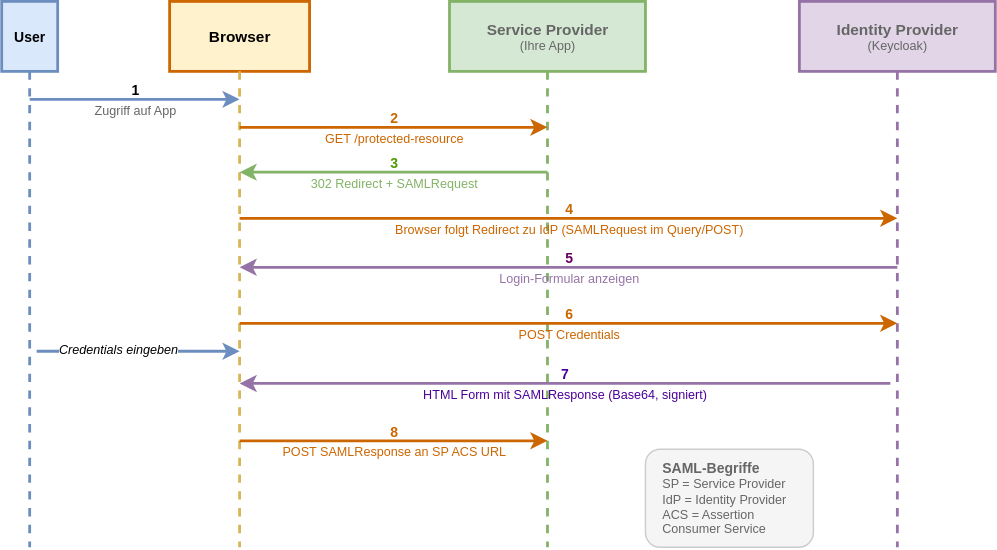
it-erben/training-keycloak keeps this draw.io diagram as slides/02-protokoll-standards/images/saml_flow.drawio.svg. Above is the earlier version. Source tidied: cells renumbered, new cells last; positions are measured from the earlier drawing's top-left corner, leaving out a move shared by most shapes. Its diagram source:
```xml
<mxGraphModel>
  <root>
    <mxCell id="0" />
    <mxCell id="1" parent="0" />
    <mxCell id="2" value="&lt;font style=&quot;font-size:10px&quot;&gt;&lt;b&gt;User&lt;/b&gt;&lt;/font&gt;" style="shape=mxgraph.basic.person;whiteSpace=wrap;html=1;fillColor=#dae8fc;strokeColor=#6c8ebf;strokeWidth=2;" parent="1" vertex="1">
      <mxGeometry width="40" height="50" as="geometry" />
    </mxCell>
    <mxCell id="3" style="html=1;strokeColor=#6c8ebf;strokeWidth=2;endArrow=none;dashed=1;rounded=0;exitX=0.5;exitY=1;exitDx=0;exitDy=0;" parent="1" edge="1" source="2">
      <mxGeometry relative="1" as="geometry">
        <mxPoint x="20" y="390" as="targetPoint" />
      </mxGeometry>
    </mxCell>
    <mxCell id="4" value="&lt;font style=&quot;font-size:11px&quot;&gt;&lt;b&gt;Browser&lt;/b&gt;&lt;/font&gt;" style="rounded=0;whiteSpace=wrap;html=1;fillColor=#fff2cc;strokeColor=#CC6600;strokeWidth=2;align=center;verticalAlign=middle;fontSize=11;" parent="1" vertex="1">
      <mxGeometry x="120" width="100" height="50" as="geometry" />
    </mxCell>
    <mxCell id="5" style="html=1;strokeColor=#d6b656;strokeWidth=2;endArrow=none;dashed=1;rounded=0;exitX=0.5;exitY=1;exitDx=0;exitDy=0;" parent="1" edge="1" source="4">
      <mxGeometry relative="1" as="geometry">
        <mxPoint x="170" y="390" as="targetPoint" />
      </mxGeometry>
    </mxCell>
    <mxCell id="6" value="&lt;font style=&quot;font-size:11px&quot;&gt;&lt;b&gt;Service Provider&lt;/b&gt;&lt;/font&gt;&lt;br&gt;&lt;font style=&quot;font-size:9px&quot; color=&quot;#666666&quot;&gt;(Ihre App)&lt;/font&gt;" style="rounded=0;whiteSpace=wrap;html=1;fillColor=#d5e8d4;strokeColor=#82b366;strokeWidth=2;align=center;verticalAlign=middle;fontSize=9;fontColor=#666666;" parent="1" vertex="1">
      <mxGeometry x="320" width="140" height="50" as="geometry" />
    </mxCell>
    <mxCell id="7" style="html=1;strokeColor=#82b366;strokeWidth=2;endArrow=none;dashed=1;rounded=0;exitX=0.5;exitY=1;exitDx=0;exitDy=0;" parent="1" edge="1" source="6">
      <mxGeometry relative="1" as="geometry">
        <mxPoint x="390" y="390" as="targetPoint" />
      </mxGeometry>
    </mxCell>
    <mxCell id="8" value="&lt;font style=&quot;font-size:11px&quot;&gt;&lt;b&gt;Identity Provider&lt;/b&gt;&lt;/font&gt;&lt;br&gt;&lt;font style=&quot;font-size:9px&quot; color=&quot;#666666&quot;&gt;(Keycloak)&lt;/font&gt;" style="rounded=0;whiteSpace=wrap;html=1;fillColor=#e1d5e7;strokeColor=#9673a6;strokeWidth=2;align=center;verticalAlign=middle;fontSize=9;fontColor=#666666;" parent="1" vertex="1">
      <mxGeometry x="570" width="140" height="50" as="geometry" />
    </mxCell>
    <mxCell id="9" style="html=1;strokeColor=#9673a6;strokeWidth=2;endArrow=none;dashed=1;rounded=0;exitX=0.5;exitY=1;exitDx=0;exitDy=0;" parent="1" edge="1" source="8">
      <mxGeometry relative="1" as="geometry">
        <mxPoint x="640" y="390" as="targetPoint" />
      </mxGeometry>
    </mxCell>
    <mxCell id="10" value="&lt;font style=&quot;font-size:10px&quot;&gt;&lt;b&gt;1&lt;/b&gt;&lt;/font&gt;&lt;br&gt;&lt;font style=&quot;font-size:9px&quot; color=&quot;#666666&quot;&gt;Zugriff auf App&lt;/font&gt;" style="html=1;strokeColor=#6c8ebf;strokeWidth=2;endArrow=classic;rounded=0;labelBackgroundColor=none;" parent="1" edge="1">
      <mxGeometry relative="1" as="geometry">
        <mxPoint x="20" y="70" as="sourcePoint" />
        <mxPoint x="170" y="70" as="targetPoint" />
      </mxGeometry>
    </mxCell>
    <mxCell id="11" value="&lt;font style=&quot;font-size:10px&quot;&gt;&lt;b&gt;2&lt;/b&gt;&lt;/font&gt;&lt;br&gt;&lt;font style=&quot;font-size:9px&quot;&gt;GET /protected-resource&lt;/font&gt;" style="html=1;strokeColor=#CC6600;strokeWidth=2;endArrow=classic;rounded=0;labelBackgroundColor=none;fontColor=#CC6600;" parent="1" edge="1">
      <mxGeometry relative="1" as="geometry">
        <mxPoint x="170" y="90" as="sourcePoint" />
        <mxPoint x="390" y="90" as="targetPoint" />
      </mxGeometry>
    </mxCell>
    <mxCell id="12" value="&lt;font&gt;&lt;font style=&quot;font-size: 10px; color: rgb(77, 153, 0);&quot;&gt;&lt;b style=&quot;&quot;&gt;3&lt;/b&gt;&lt;/font&gt;&lt;br&gt;&lt;/font&gt;&lt;font style=&quot;font-size: 9px;&quot; color=&quot;#82b366&quot;&gt;302 Redirect + SAMLRequest&lt;/font&gt;" style="html=1;strokeColor=#82b366;strokeWidth=2;endArrow=classic;rounded=0;labelBackgroundColor=none;" parent="1" edge="1">
      <mxGeometry relative="1" as="geometry">
        <mxPoint x="390" y="122" as="sourcePoint" />
        <mxPoint x="170" y="122" as="targetPoint" />
      </mxGeometry>
    </mxCell>
    <mxCell id="13" value="&lt;font style=&quot;font-size:10px&quot;&gt;&lt;b&gt;4&lt;/b&gt;&lt;/font&gt;&lt;br&gt;&lt;font style=&quot;font-size:9px&quot;&gt;Browser folgt Redirect zu IdP (SAMLRequest im Query/POST)&lt;/font&gt;" style="html=1;strokeColor=#CC6600;strokeWidth=2;endArrow=classic;rounded=0;labelBackgroundColor=none;fontColor=#CC6600;" parent="1" edge="1">
      <mxGeometry relative="1" as="geometry">
        <mxPoint x="170" y="155" as="sourcePoint" />
        <mxPoint x="640" y="155" as="targetPoint" />
      </mxGeometry>
    </mxCell>
    <mxCell id="14" value="&lt;font style=&quot;color: rgb(102, 0, 102);&quot;&gt;&lt;font style=&quot;font-size:10px&quot;&gt;&lt;b&gt;5&lt;/b&gt;&lt;/font&gt;&lt;br&gt;&lt;/font&gt;&lt;font style=&quot;font-size: 9px;&quot; color=&quot;#9673a6&quot;&gt;Login-Formular anzeigen&lt;/font&gt;" style="html=1;strokeColor=#9673a6;strokeWidth=2;endArrow=classic;rounded=0;labelBackgroundColor=none;" parent="1" edge="1">
      <mxGeometry relative="1" as="geometry">
        <mxPoint x="640" y="190" as="sourcePoint" />
        <mxPoint x="170" y="190" as="targetPoint" />
      </mxGeometry>
    </mxCell>
    <mxCell id="15" style="html=1;strokeColor=#6c8ebf;strokeWidth=2;endArrow=classic;rounded=0;" parent="1" edge="1">
      <mxGeometry relative="1" as="geometry">
        <mxPoint x="25" y="250" as="sourcePoint" />
        <mxPoint x="170" y="250" as="targetPoint" />
      </mxGeometry>
    </mxCell>
    <mxCell id="16" value="&lt;i&gt;&lt;font style=&quot;font-size: 9px;&quot;&gt;Credentials eingeben&lt;/font&gt;&lt;/i&gt;" style="edgeLabel;html=1;align=right;verticalAlign=middle;" parent="15" vertex="1">
      <mxGeometry x="0.4" y="2" relative="1" as="geometry" />
    </mxCell>
    <mxCell id="17" value="&lt;font style=&quot;font-size:10px&quot;&gt;&lt;b&gt;6&lt;/b&gt;&lt;/font&gt;&lt;br&gt;&lt;font style=&quot;font-size:9px&quot;&gt;POST Credentials&lt;/font&gt;" style="html=1;strokeColor=#CC6600;strokeWidth=2;endArrow=classic;rounded=0;labelBackgroundColor=none;fontColor=#CC6600;" parent="1" edge="1">
      <mxGeometry relative="1" as="geometry">
        <mxPoint x="170" y="230" as="sourcePoint" />
        <mxPoint x="640" y="230" as="targetPoint" />
      </mxGeometry>
    </mxCell>
    <mxCell id="18" value="&lt;font style=&quot;color: rgb(76, 0, 153);&quot;&gt;&lt;font style=&quot;font-size:10px&quot;&gt;&lt;b&gt;7&lt;/b&gt;&lt;/font&gt;&lt;br&gt;&lt;font style=&quot;font-size: 9px;&quot;&gt;HTML Form mit SAMLResponse (Base64, signiert)&lt;/font&gt;&lt;/font&gt;" style="html=1;strokeColor=#9673a6;strokeWidth=2;endArrow=classic;rounded=0;labelBackgroundColor=none;" parent="1" edge="1">
      <mxGeometry relative="1" as="geometry">
        <mxPoint x="635" y="273" as="sourcePoint" />
        <mxPoint x="170" y="273" as="targetPoint" />
      </mxGeometry>
    </mxCell>
    <mxCell id="19" value="&lt;font style=&quot;font-size:10px&quot;&gt;&lt;b&gt;8&lt;/b&gt;&lt;/font&gt;&lt;br&gt;&lt;font style=&quot;font-size:9px&quot;&gt;POST SAMLResponse an SP ACS URL&lt;/font&gt;" style="html=1;strokeColor=#CC6600;strokeWidth=2;endArrow=classic;rounded=0;labelBackgroundColor=none;fontColor=#CC6600;" parent="1" edge="1">
      <mxGeometry relative="1" as="geometry">
        <mxPoint x="170" y="314" as="sourcePoint" />
        <mxPoint x="390" y="314" as="targetPoint" />
      </mxGeometry>
    </mxCell>
    <mxCell id="20" value="&lt;font style=&quot;font-size:10px&quot;&gt;&lt;b&gt;SAML-Begriffe&lt;/b&gt;&lt;/font&gt;&lt;br&gt;&lt;font style=&quot;font-size:9px&quot; color=&quot;#666666&quot;&gt;SP = Service Provider&lt;/font&gt;&lt;br&gt;&lt;font style=&quot;font-size:9px&quot; color=&quot;#666666&quot;&gt;IdP = Identity Provider&lt;/font&gt;&lt;br&gt;&lt;font style=&quot;font-size:9px&quot; color=&quot;#666666&quot;&gt;ACS = Assertion&lt;/font&gt;&lt;br&gt;&lt;font style=&quot;font-size:9px&quot; color=&quot;#666666&quot;&gt;      Consumer Service&lt;/font&gt;" style="rounded=1;whiteSpace=wrap;html=1;fillColor=#f5f5f5;strokeColor=#cccccc;strokeWidth=1;align=left;verticalAlign=middle;fontSize=9;fontColor=#666666;spacingLeft=10;" parent="1" vertex="1">
      <mxGeometry x="460" y="320" width="120" height="70" as="geometry" />
    </mxCell>
  </root>
</mxGraphModel>
```
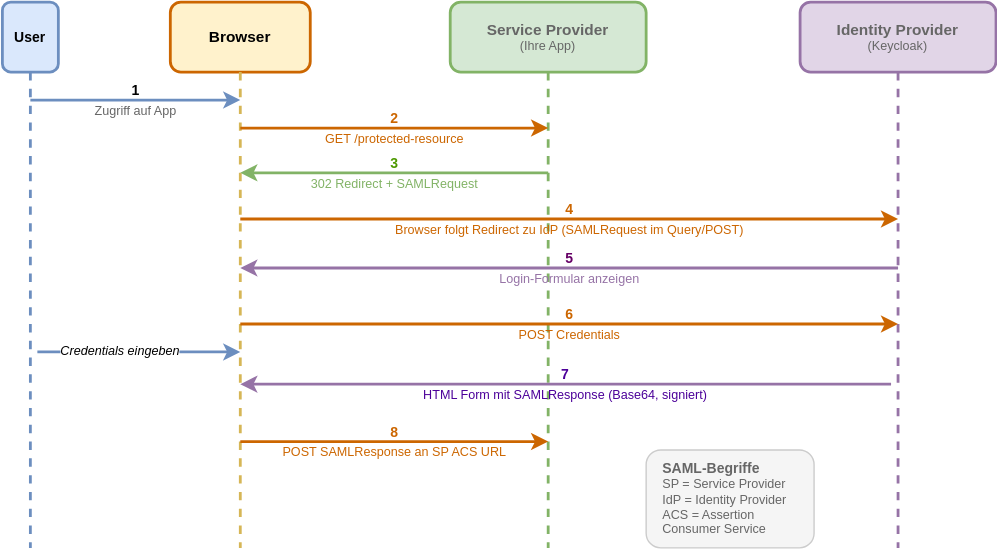
After the commit.

What changed in the source:
```diff
@@ -2,7 +2,7 @@
   <root>
     <mxCell id="0" />
     <mxCell id="1" parent="0" />
-    <mxCell id="2" value="&lt;font style=&quot;font-size:10px&quot;&gt;&lt;b&gt;User&lt;/b&gt;&lt;/font&gt;" style="shape=mxgraph.basic.person;whiteSpace=wrap;html=1;fillColor=#dae8fc;strokeColor=#6c8ebf;strokeWidth=2;" parent="1" vertex="1">
+    <mxCell id="2" value="&lt;font style=&quot;font-size:10px&quot;&gt;&lt;b&gt;User&lt;/b&gt;&lt;/font&gt;" style="shape=mxgraph.basic.person;whiteSpace=wrap;html=1;fillColor=#dae8fc;strokeColor=#6c8ebf;strokeWidth=2;rounded=1;" parent="1" vertex="1">
       <mxGeometry width="40" height="50" as="geometry" />
     </mxCell>
     <mxCell id="3" style="html=1;strokeColor=#6c8ebf;strokeWidth=2;endArrow=none;dashed=1;rounded=0;exitX=0.5;exitY=1;exitDx=0;exitDy=0;" parent="1" edge="1" source="2">
@@ -10,7 +10,7 @@
         <mxPoint x="20" y="390" as="targetPoint" />
       </mxGeometry>
     </mxCell>
-    <mxCell id="4" value="&lt;font style=&quot;font-size:11px&quot;&gt;&lt;b&gt;Browser&lt;/b&gt;&lt;/font&gt;" style="rounded=0;whiteSpace=wrap;html=1;fillColor=#fff2cc;strokeColor=#CC6600;strokeWidth=2;align=center;verticalAlign=middle;fontSize=11;" parent="1" vertex="1">
+    <mxCell id="4" value="&lt;font style=&quot;font-size:11px&quot;&gt;&lt;b&gt;Browser&lt;/b&gt;&lt;/font&gt;" style="rounded=1;whiteSpace=wrap;html=1;fillColor=#fff2cc;strokeColor=#CC6600;strokeWidth=2;align=center;verticalAlign=middle;fontSize=11;" parent="1" vertex="1">
       <mxGeometry x="120" width="100" height="50" as="geometry" />
     </mxCell>
     <mxCell id="5" style="html=1;strokeColor=#d6b656;strokeWidth=2;endArrow=none;dashed=1;rounded=0;exitX=0.5;exitY=1;exitDx=0;exitDy=0;" parent="1" edge="1" source="4">
@@ -18,7 +18,7 @@
         <mxPoint x="170" y="390" as="targetPoint" />
       </mxGeometry>
     </mxCell>
-    <mxCell id="6" value="&lt;font style=&quot;font-size:11px&quot;&gt;&lt;b&gt;Service Provider&lt;/b&gt;&lt;/font&gt;&lt;br&gt;&lt;font style=&quot;font-size:9px&quot; color=&quot;#666666&quot;&gt;(Ihre App)&lt;/font&gt;" style="rounded=0;whiteSpace=wrap;html=1;fillColor=#d5e8d4;strokeColor=#82b366;strokeWidth=2;align=center;verticalAlign=middle;fontSize=9;fontColor=#666666;" parent="1" vertex="1">
+    <mxCell id="6" value="&lt;font style=&quot;font-size:11px&quot;&gt;&lt;b&gt;Service Provider&lt;/b&gt;&lt;/font&gt;&lt;br&gt;&lt;font style=&quot;font-size:9px&quot; color=&quot;#666666&quot;&gt;(Ihre App)&lt;/font&gt;" style="rounded=1;whiteSpace=wrap;html=1;fillColor=#d5e8d4;strokeColor=#82b366;strokeWidth=2;align=center;verticalAlign=middle;fontSize=9;fontColor=#666666;" parent="1" vertex="1">
       <mxGeometry x="320" width="140" height="50" as="geometry" />
     </mxCell>
     <mxCell id="7" style="html=1;strokeColor=#82b366;strokeWidth=2;endArrow=none;dashed=1;rounded=0;exitX=0.5;exitY=1;exitDx=0;exitDy=0;" parent="1" edge="1" source="6">
@@ -26,7 +26,7 @@
         <mxPoint x="390" y="390" as="targetPoint" />
       </mxGeometry>
     </mxCell>
-    <mxCell id="8" value="&lt;font style=&quot;font-size:11px&quot;&gt;&lt;b&gt;Identity Provider&lt;/b&gt;&lt;/font&gt;&lt;br&gt;&lt;font style=&quot;font-size:9px&quot; color=&quot;#666666&quot;&gt;(Keycloak)&lt;/font&gt;" style="rounded=0;whiteSpace=wrap;html=1;fillColor=#e1d5e7;strokeColor=#9673a6;strokeWidth=2;align=center;verticalAlign=middle;fontSize=9;fontColor=#666666;" parent="1" vertex="1">
+    <mxCell id="8" value="&lt;font style=&quot;font-size:11px&quot;&gt;&lt;b&gt;Identity Provider&lt;/b&gt;&lt;/font&gt;&lt;br&gt;&lt;font style=&quot;font-size:9px&quot; color=&quot;#666666&quot;&gt;(Keycloak)&lt;/font&gt;" style="rounded=1;whiteSpace=wrap;html=1;fillColor=#e1d5e7;strokeColor=#9673a6;strokeWidth=2;align=center;verticalAlign=middle;fontSize=9;fontColor=#666666;" parent="1" vertex="1">
       <mxGeometry x="570" width="140" height="50" as="geometry" />
     </mxCell>
     <mxCell id="9" style="html=1;strokeColor=#9673a6;strokeWidth=2;endArrow=none;dashed=1;rounded=0;exitX=0.5;exitY=1;exitDx=0;exitDy=0;" parent="1" edge="1" source="8">
```
